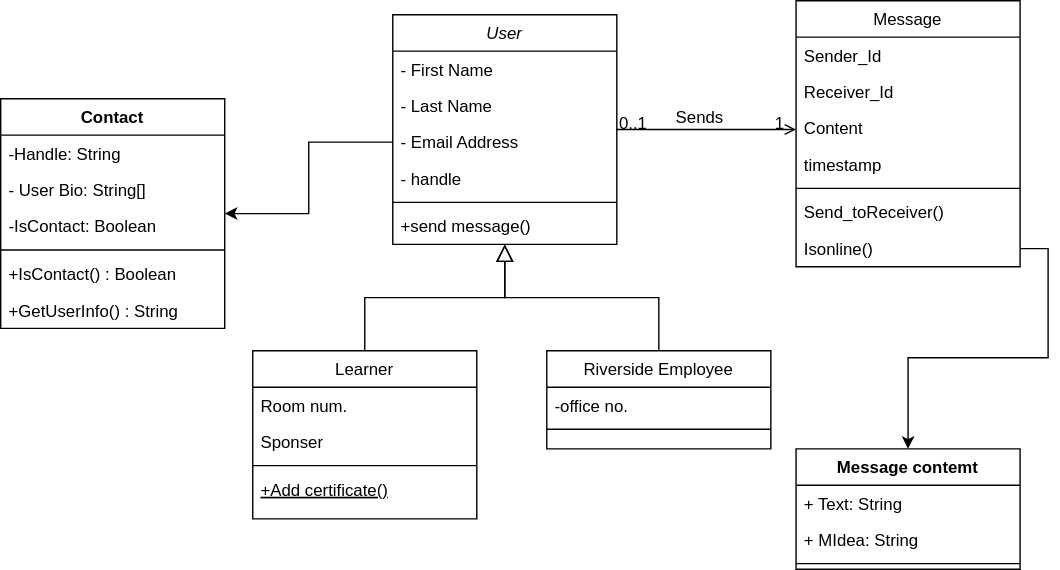
The draw.io diagram Deliverable1/ClassDiagram/ClassDiagram.drawio.svg in tshegofatso-motlhakane/Geeks-Chat, before a commit. Source tidied: cells renumbered, new cells last; positions are measured from the earlier drawing's top-left corner, leaving out a move shared by most shapes.
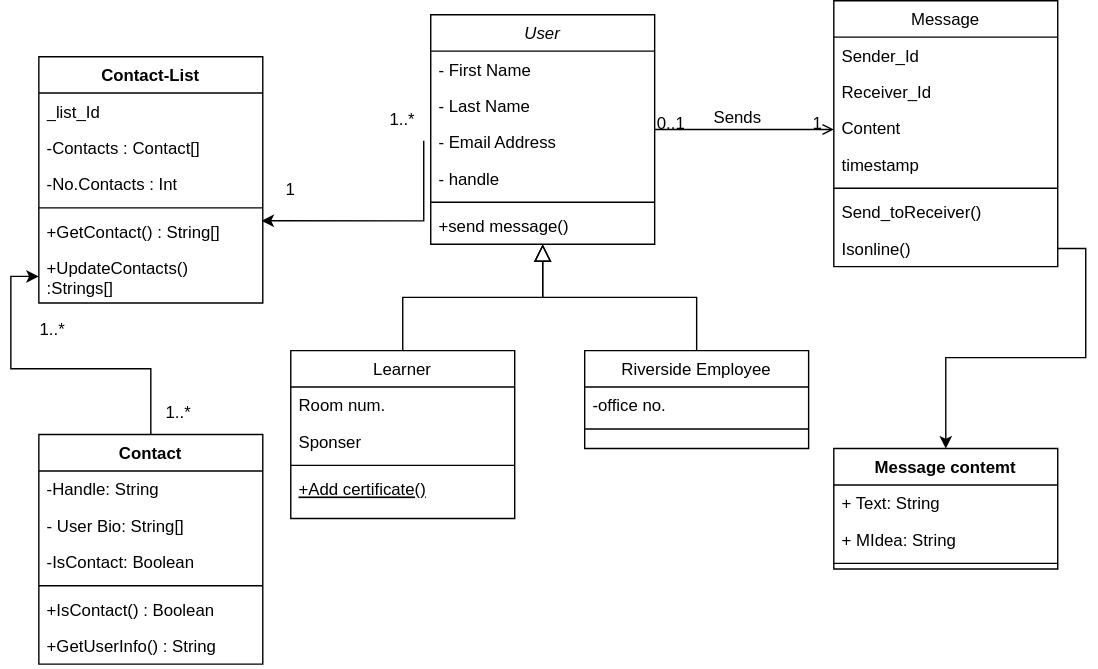
After the change.

Change to the diagram source:
```diff
@@ -112,8 +112,11 @@
     <mxCell id="35" style="line;strokeWidth=1;fillColor=none;align=left;verticalAlign=middle;spacingTop=-1;spacingLeft=3;spacingRight=3;labelPosition=right;strokeColor=inherit;" parent="32" vertex="1">
       <mxGeometry y="78" width="160" height="8" as="geometry" />
     </mxCell>
+    <mxCell id="44" style="edgeStyle=orthogonalEdgeStyle;rounded=0;jettySize=auto;html=1;exitX=0.5;exitY=0;exitDx=0;exitDy=0;entryX=0;entryY=0.5;entryDx=0;entryDy=0;" parent="1" edge="1" source="36" target="54">
+      <mxGeometry relative="1" as="geometry" />
+    </mxCell>
     <mxCell id="36" value="Contact" style="swimlane;fontStyle=1;align=center;verticalAlign=top;horizontal=1;startSize=26;whiteSpace=wrap;html=1;" parent="1" vertex="1">
-      <mxGeometry y="70" width="160" height="164" as="geometry" />
+      <mxGeometry y="310" width="160" height="164" as="geometry" />
     </mxCell>
     <mxCell id="37" value="-Handle: String" style="text;strokeColor=none;fillColor=none;align=left;verticalAlign=top;spacingLeft=4;spacingRight=4;overflow=hidden;whiteSpace=wrap;html=1;" parent="36" vertex="1">
       <mxGeometry y="26" width="160" height="26" as="geometry" />
@@ -133,8 +136,41 @@
     <mxCell id="42" value="+GetUserInfo() : String" style="text;strokeColor=none;fillColor=none;align=left;verticalAlign=top;spacingLeft=4;spacingRight=4;overflow=hidden;whiteSpace=wrap;html=1;" parent="36" vertex="1">
       <mxGeometry y="138" width="160" height="26" as="geometry" />
     </mxCell>
-    <mxCell id="43" style="edgeStyle=orthogonalEdgeStyle;rounded=0;jettySize=auto;html=1;exitX=0;exitY=0.5;exitDx=0;exitDy=0;" parent="1" edge="1" source="5" target="36">
-      <mxGeometry relative="1" as="geometry" />
-    </mxCell>
+    <mxCell id="45" value="1" style="text;html=1;strokeColor=none;fillColor=none;align=center;verticalAlign=middle;whiteSpace=wrap;rounded=0;" parent="1" vertex="1">
+      <mxGeometry x="150" y="120" width="60" height="30" as="geometry" />
+    </mxCell>
+    <mxCell id="46" style="edgeStyle=orthogonalEdgeStyle;rounded=0;jettySize=auto;html=1;exitX=0.75;exitY=1;exitDx=0;exitDy=0;entryX=0.994;entryY=0.202;entryDx=0;entryDy=0;entryPerimeter=0;" parent="1" edge="1" source="47" target="53">
+      <mxGeometry relative="1" as="geometry" />
+    </mxCell>
+    <mxCell id="47" value="1..*" style="text;html=1;strokeColor=none;fillColor=none;align=center;verticalAlign=middle;whiteSpace=wrap;rounded=0;" parent="1" vertex="1">
+      <mxGeometry x="230" y="70" width="60" height="30" as="geometry" />
+    </mxCell>
+    <mxCell id="48" value="Contact-List" style="swimlane;fontStyle=1;align=center;verticalAlign=top;horizontal=1;startSize=26;whiteSpace=wrap;html=1;" parent="1" vertex="1">
+      <mxGeometry y="40" width="160" height="176" as="geometry" />
+    </mxCell>
+    <mxCell id="49" value="_list_Id" style="text;strokeColor=none;fillColor=none;align=left;verticalAlign=top;spacingLeft=4;spacingRight=4;overflow=hidden;whiteSpace=wrap;html=1;" parent="48" vertex="1">
+      <mxGeometry y="26" width="160" height="26" as="geometry" />
+    </mxCell>
+    <mxCell id="50" value="-Contacts : Contact[]" style="text;strokeColor=none;fillColor=none;align=left;verticalAlign=top;spacingLeft=4;spacingRight=4;overflow=hidden;whiteSpace=wrap;html=1;" parent="48" vertex="1">
+      <mxGeometry y="52" width="160" height="26" as="geometry" />
+    </mxCell>
+    <mxCell id="51" value="-No.Contacts : Int" style="text;strokeColor=none;fillColor=none;align=left;verticalAlign=top;spacingLeft=4;spacingRight=4;overflow=hidden;whiteSpace=wrap;html=1;" parent="48" vertex="1">
+      <mxGeometry y="78" width="160" height="26" as="geometry" />
+    </mxCell>
+    <mxCell id="52" style="line;strokeWidth=1;fillColor=none;align=left;verticalAlign=middle;spacingTop=-1;spacingLeft=3;spacingRight=3;labelPosition=right;strokeColor=inherit;" parent="48" vertex="1">
+      <mxGeometry y="104" width="160" height="8" as="geometry" />
+    </mxCell>
+    <mxCell id="53" value="+GetContact() : String[]" style="text;strokeColor=none;fillColor=none;align=left;verticalAlign=top;spacingLeft=4;spacingRight=4;overflow=hidden;points=[[0,0.5],[1,0.5]];portConstraint=eastwest;whiteSpace=wrap;html=1;" parent="48" vertex="1">
+      <mxGeometry y="112" width="160" height="26" as="geometry" />
+    </mxCell>
+    <mxCell id="54" value="+UpdateContacts() :Strings[]" style="text;strokeColor=none;fillColor=none;align=left;verticalAlign=top;spacingLeft=4;spacingRight=4;overflow=hidden;points=[[0,0.5],[1,0.5]];portConstraint=eastwest;whiteSpace=wrap;html=1;" parent="48" vertex="1">
+      <mxGeometry y="138" width="160" height="38" as="geometry" />
+    </mxCell>
+    <mxCell id="55" value="1..*" style="text;html=1;strokeColor=none;fillColor=none;align=center;verticalAlign=middle;whiteSpace=wrap;rounded=0;" parent="1" vertex="1">
+      <mxGeometry x="70" y="280" width="60" height="30" as="geometry" />
+    </mxCell>
+    <mxCell id="56" value="1..*" style="text;html=1;strokeColor=none;fillColor=none;align=center;verticalAlign=middle;whiteSpace=wrap;rounded=0;" parent="1" vertex="1">
+      <mxGeometry x="-20" y="220" width="60" height="30" as="geometry" />
+    </mxCell>
   </root>
 </mxGraphModel>
```
